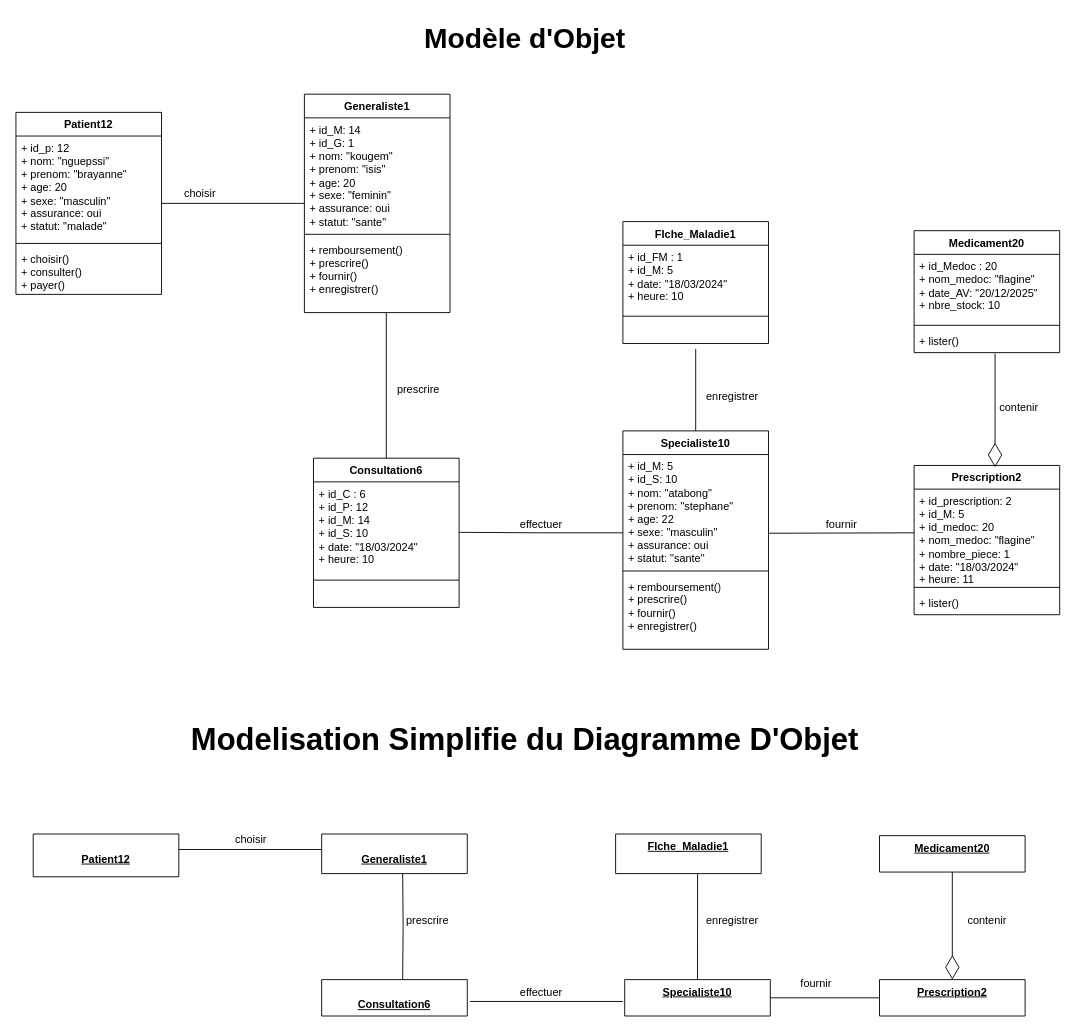
Above: page "Modèle d'Objets" (4 of 5) of modeling/week2/uml_modeling/uml_static_models.drawio in KpihX/my-way (draw.io), before the change. Source tidied: cells renumbered, new cells numbered last; positions are measured from the earlier drawing's top-left corner, leaving out a move shared by most shapes. Both pictures are drawn from the tidied source at 91%, with x=0, y=0 at pixel (15, 15).
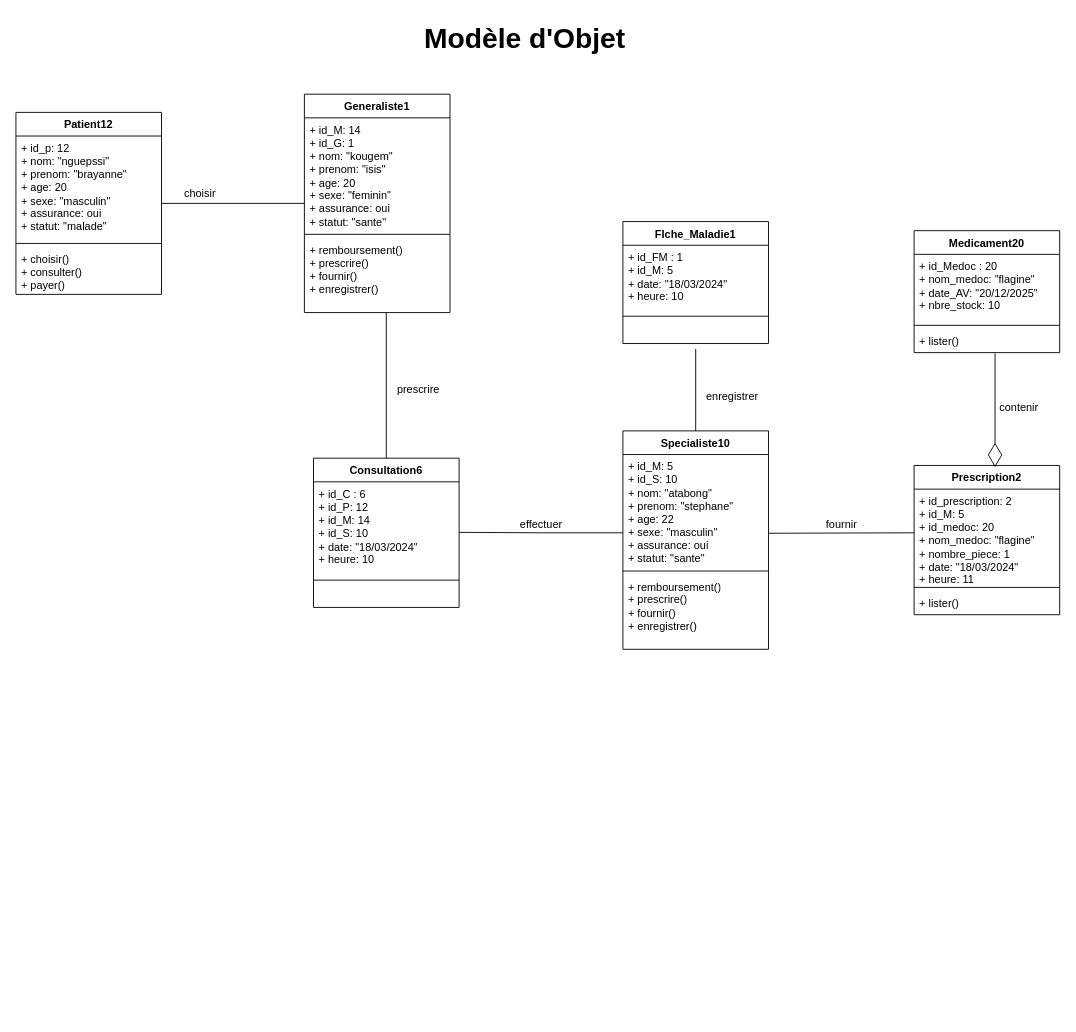
After the change.

Change to the diagram source:
```diff
@@
-    <mxCell id="43" value="Modelisation Simplifie du Diagramme D'Objet" style="text;html=1;align=center;verticalAlign=middle;strokeColor=none;fillColor=none;fontStyle=1;fontSize=34;" parent="1" vertex="1">
-      <mxGeometry x="204" y="770" width="710" height="50" as="geometry" />
-    </mxCell>
-    <mxCell id="44" value="&lt;div&gt;&lt;br&gt;&lt;/div&gt;&lt;u&gt;Patient12&lt;/u&gt;" style="swimlane;fontStyle=1;align=center;verticalAlign=top;horizontal=1;startSize=53;whiteSpace=wrap;html=1;" parent="1" vertex="1">
-      <mxGeometry x="19" y="899" width="160" height="47" as="geometry" />
-    </mxCell>
-    <mxCell id="45" value="&lt;div&gt;&lt;br&gt;&lt;/div&gt;&lt;u&gt;Generaliste1&lt;/u&gt;" style="swimlane;fontStyle=1;align=center;verticalAlign=top;horizontal=1;startSize=53;whiteSpace=wrap;html=1;" parent="1" vertex="1">
-      <mxGeometry x="336" y="899" width="160" height="43.5" as="geometry" />
-    </mxCell>
-    <mxCell id="46" value="&lt;u&gt;Specialiste10&lt;/u&gt;" style="swimlane;fontStyle=1;align=center;verticalAlign=top;horizontal=1;startSize=40;whiteSpace=wrap;html=1;" parent="1" vertex="1">
-      <mxGeometry x="669" y="1059" width="160" height="40" as="geometry" />
-    </mxCell>
-    <mxCell id="47" value="&lt;u&gt;FIche_Maladie1&lt;/u&gt;" style="swimlane;fontStyle=1;align=center;verticalAlign=top;horizontal=1;startSize=54;whiteSpace=wrap;html=1;" parent="1" vertex="1">
-      <mxGeometry x="659" y="899" width="160" height="43.5" as="geometry" />
-    </mxCell>
-    <mxCell id="48" value="&lt;u&gt;Medicament20&lt;/u&gt;" style="swimlane;fontStyle=1;align=center;verticalAlign=top;horizontal=1;startSize=40;whiteSpace=wrap;html=1;" parent="1" vertex="1">
-      <mxGeometry x="949" y="900.8" width="160" height="40" as="geometry" />
-    </mxCell>
-    <mxCell id="49" value="&lt;u&gt;Prescription2&lt;/u&gt;" style="swimlane;fontStyle=1;align=center;verticalAlign=top;horizontal=1;startSize=40;whiteSpace=wrap;html=1;" parent="1" vertex="1">
-      <mxGeometry x="949" y="1059" width="160" height="40" as="geometry" />
-    </mxCell>
-    <mxCell id="50" value="&lt;div&gt;&lt;br&gt;&lt;/div&gt;&lt;u&gt;Consultation6&lt;/u&gt;" style="swimlane;fontStyle=1;align=center;verticalAlign=top;horizontal=1;startSize=52;whiteSpace=wrap;html=1;" parent="1" vertex="1">
-      <mxGeometry x="336" y="1059" width="160" height="40" as="geometry" />
-    </mxCell>
-    <mxCell id="51" style="line;strokeWidth=1;fillColor=none;align=left;verticalAlign=middle;spacingTop=-1;spacingLeft=3;spacingRight=3;labelPosition=right;strokeColor=inherit;" parent="1" vertex="1">
-      <mxGeometry x="179" y="912" width="157" height="8" as="geometry" />
-    </mxCell>
-    <mxCell id="52" style="endArrow=none;html=1;edgeStyle=orthogonalEdgeStyle;rounded=0;entryX=0.556;entryY=0;entryDx=0;entryDy=0;entryPerimeter=0;" parent="1" edge="1" target="50">
-      <mxGeometry relative="1" as="geometry">
-        <mxPoint x="425" y="942.5" as="sourcePoint" />
-      </mxGeometry>
-    </mxCell>
-    <mxCell id="53" style="endArrow=none;html=1;edgeStyle=orthogonalEdgeStyle;rounded=0;" parent="1" edge="1">
-      <mxGeometry relative="1" as="geometry">
-        <mxPoint x="499" y="1083" as="sourcePoint" />
-        <mxPoint x="667" y="1083" as="targetPoint" />
-      </mxGeometry>
-    </mxCell>
-    <mxCell id="54" style="endArrow=none;html=1;rounded=0;entryX=0.563;entryY=1.011;entryDx=0;entryDy=0;entryPerimeter=0;exitX=0.5;exitY=0;exitDx=0;exitDy=0;" parent="1" edge="1" source="46" target="47">
-      <mxGeometry relative="1" as="geometry" />
-    </mxCell>
-    <mxCell id="55" style="endArrow=none;html=1;rounded=0;exitX=1;exitY=0.5;exitDx=0;exitDy=0;entryX=0;entryY=0.5;entryDx=0;entryDy=0;" parent="1" edge="1" source="46" target="49">
-      <mxGeometry relative="1" as="geometry" />
-    </mxCell>
-    <mxCell id="56" value="choisir" style="text;html=1;align=center;verticalAlign=middle;strokeColor=none;fillColor=none;" parent="1" vertex="1">
-      <mxGeometry x="227.5" y="889.5" width="60" height="30" as="geometry" />
-    </mxCell>
-    <mxCell id="57" value="prescrire" style="text;html=1;align=center;verticalAlign=middle;strokeColor=none;fillColor=none;" parent="1" vertex="1">
-      <mxGeometry x="417" y="979" width="70" height="30" as="geometry" />
-    </mxCell>
-    <mxCell id="58" value="effectuer" style="text;html=1;align=center;verticalAlign=middle;strokeColor=none;fillColor=none;" parent="1" vertex="1">
-      <mxGeometry x="542" y="1059" width="70" height="30" as="geometry" />
-    </mxCell>
-    <mxCell id="59" value="enregistrer" style="text;html=1;align=center;verticalAlign=middle;strokeColor=none;fillColor=none;" parent="1" vertex="1">
-      <mxGeometry x="747" y="979" width="80" height="30" as="geometry" />
-    </mxCell>
-    <mxCell id="60" value="fournir" style="text;html=1;align=center;verticalAlign=middle;strokeColor=none;fillColor=none;" parent="1" vertex="1">
-      <mxGeometry x="849" y="1049" width="60" height="30" as="geometry" />
-    </mxCell>
-    <mxCell id="61" style="endArrow=diamondThin;endFill=0;endSize=24;html=1;rounded=0;entryX=0.5;entryY=0;entryDx=0;entryDy=0;exitX=0.5;exitY=1;exitDx=0;exitDy=0;" parent="1" edge="1" source="48" target="49">
-      <mxGeometry relative="1" as="geometry" />
-    </mxCell>
-    <mxCell id="62" value="contenir" style="text;html=1;align=center;verticalAlign=middle;strokeColor=none;fillColor=none;" parent="1" vertex="1">
-      <mxGeometry x="1032" y="979" width="70" height="30" as="geometry" />
-    </mxCell>
```
